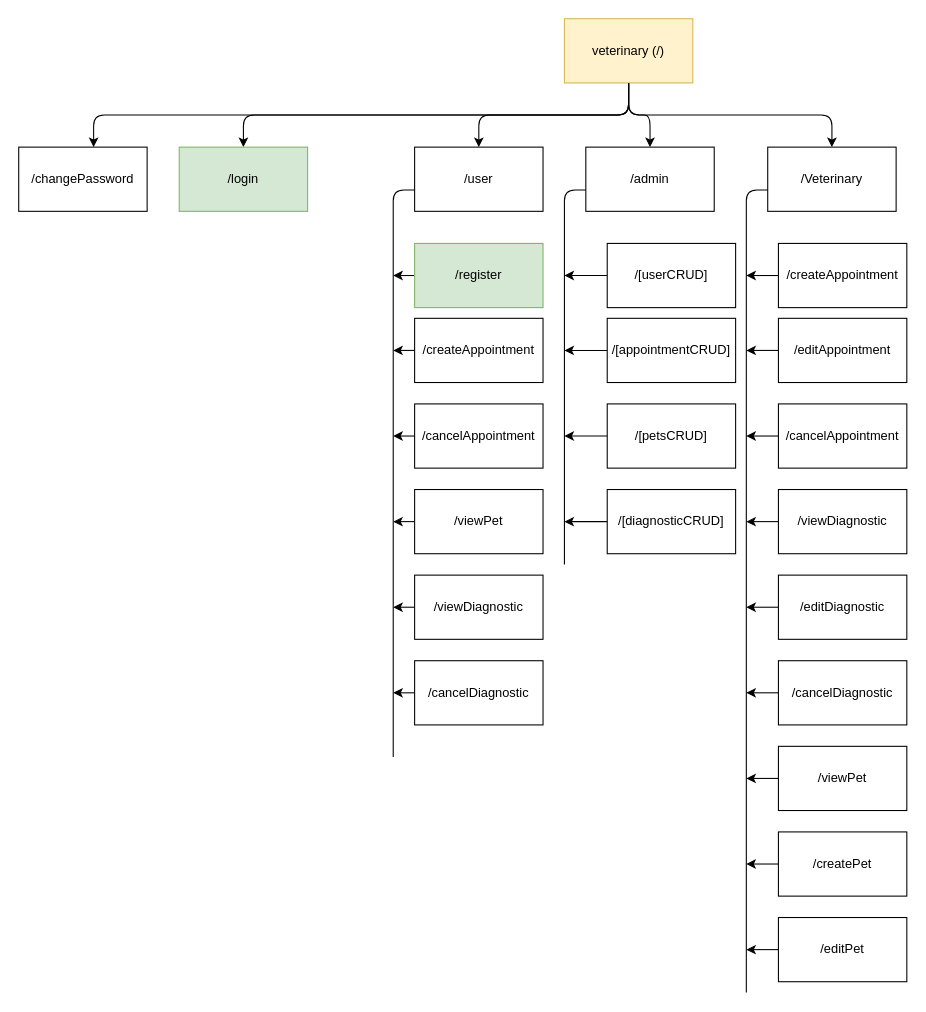
Earlier version of the draw.io diagram diagrams/NAV.drawio (fernandoach/API-VETERINARY). Source tidied: cells renumbered, new cells numbered last; positions are measured from the earlier drawing's top-left corner, leaving out a move shared by most shapes. Both pictures are drawn from the tidied source at 107%, with x=0, y=0 at pixel (18, 18).
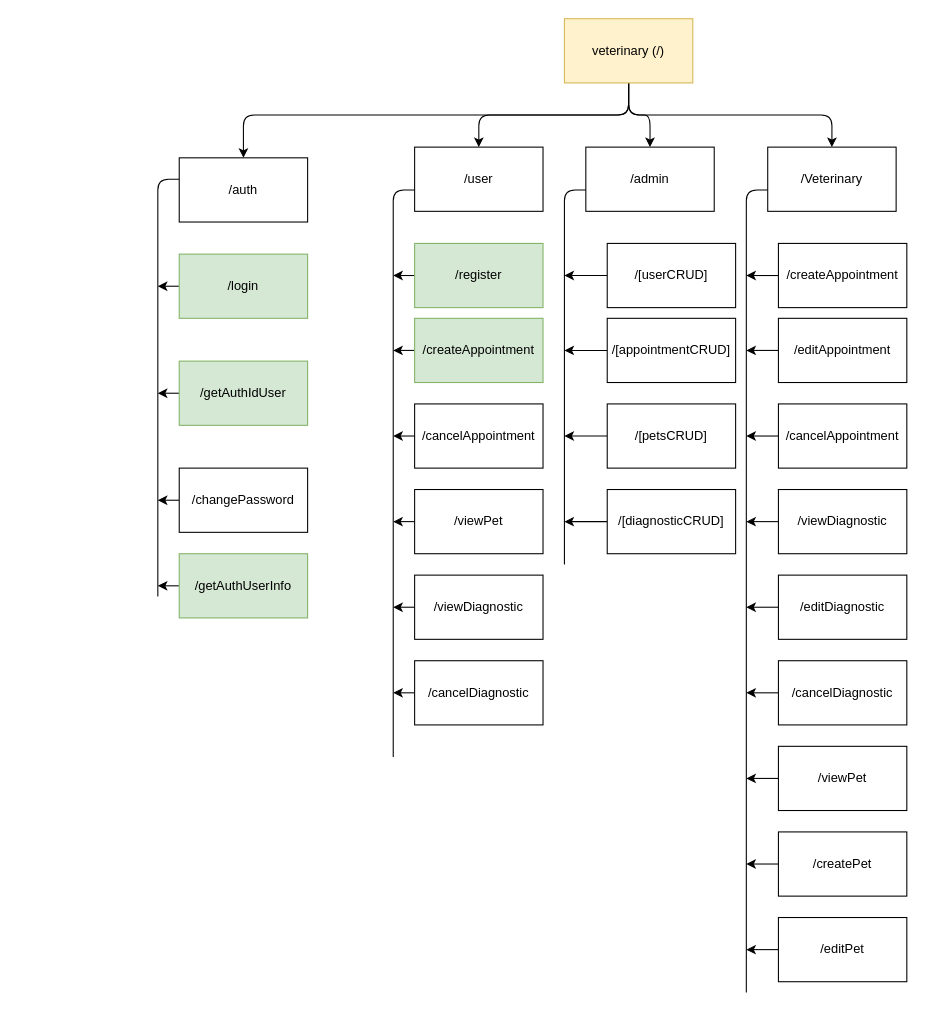
The same page after the edit.

Commit message (it also covers changes not shown here):
ADD: /auth/getAuthIdUser and /auth/getAuthUserInfo

Unchanged cells that the change refers to:
```xml
<mxCell id="6" value="veterinary (/)" style="rounded=0;whiteSpace=wrap;html=1;fillColor=#fff2cc;strokeColor=#d6b656;" parent="1" vertex="1">
  <mxGeometry x="510" width="120" height="60" as="geometry" />
</mxCell>
```

Diff of the diagram source:
```diff
@@
-    <mxCell id="5" style="edgeStyle=none;html=1;entryX=0.5;entryY=0;entryDx=0;entryDy=0;exitX=0.5;exitY=1;exitDx=0;exitDy=0;" parent="1" edge="1" source="6" target="18">
+    <mxCell id="5" style="edgeStyle=none;html=1;exitX=0.5;exitY=1;exitDx=0;exitDy=0;" parent="1" edge="1" source="6">
       <mxGeometry relative="1" as="geometry">
+        <mxPoint x="210" y="130" as="targetPoint" />
         <Array as="points">
           <mxPoint x="570" y="90" />
           <mxPoint x="210" y="90" />
         </Array>
       </mxGeometry>
     </mxCell>
@@
-    <mxCell id="13" value="/createAppointment" style="rounded=0;whiteSpace=wrap;html=1;" parent="1" vertex="1">
+    <mxCell id="13" value="/createAppointment" style="rounded=0;whiteSpace=wrap;html=1;fillColor=#d5e8d4;strokeColor=#82b366;" parent="1" vertex="1">
       <mxGeometry x="370" y="280" width="120" height="60" as="geometry" />
     </mxCell>
@@
+    <mxCell id="54" style="edgeStyle=none;html=1;" parent="1" edge="1" source="18">
+      <mxGeometry relative="1" as="geometry">
+        <mxPoint x="130" y="250" as="targetPoint" />
+      </mxGeometry>
+    </mxCell>
     <mxCell id="18" value="/login" style="rounded=0;whiteSpace=wrap;html=1;fillColor=#d5e8d4;strokeColor=#82b366;" parent="1" vertex="1">
-      <mxGeometry x="150" y="120" width="120" height="60" as="geometry" />
+      <mxGeometry x="150" y="220" width="120" height="60" as="geometry" />
     </mxCell>
+    <mxCell id="55" style="edgeStyle=none;html=1;" parent="1" edge="1" source="19">
+      <mxGeometry relative="1" as="geometry">
+        <mxPoint x="130" y="450" as="targetPoint" />
+      </mxGeometry>
+    </mxCell>
     <mxCell id="19" value="/changePassword" style="rounded=0;whiteSpace=wrap;html=1;" parent="1" vertex="1">
-      <mxGeometry y="120" width="120" height="60" as="geometry" />
+      <mxGeometry x="150" y="420" width="120" height="60" as="geometry" />
     </mxCell>
@@
-    <mxCell id="53" style="edgeStyle=none;html=1;entryX=0.5;entryY=0;entryDx=0;entryDy=0;exitX=0.5;exitY=1;exitDx=0;exitDy=0;" parent="1" edge="1" source="6">
-      <mxGeometry relative="1" as="geometry">
-        <mxPoint x="70" y="120" as="targetPoint" />
-        <Array as="points">
-          <mxPoint x="570" y="90" />
-          <mxPoint x="70" y="90" />
-        </Array>
-      </mxGeometry>
-    </mxCell>
+    <mxCell id="56" style="edgeStyle=none;html=1;" parent="1" edge="1" source="57">
+      <mxGeometry relative="1" as="geometry">
+        <mxPoint x="130" y="350" as="targetPoint" />
+      </mxGeometry>
+    </mxCell>
+    <mxCell id="57" value="/getAuthIdUser" style="rounded=0;whiteSpace=wrap;html=1;fillColor=#d5e8d4;strokeColor=#82b366;" parent="1" vertex="1">
+      <mxGeometry x="150" y="320" width="120" height="60" as="geometry" />
+    </mxCell>
+    <mxCell id="58" value="/auth" style="rounded=0;whiteSpace=wrap;html=1;" parent="1" vertex="1">
+      <mxGeometry x="150" y="130" width="120" height="60" as="geometry" />
+    </mxCell>
+    <mxCell id="59" style="endArrow=none;html=1;" parent="1" edge="1">
+      <mxGeometry relative="1" as="geometry">
+        <mxPoint x="130" y="540" as="sourcePoint" />
+        <mxPoint x="150" y="150" as="targetPoint" />
+        <Array as="points">
+          <mxPoint x="130" y="150" />
+        </Array>
+      </mxGeometry>
+    </mxCell>
+    <mxCell id="60" style="edgeStyle=none;html=1;" parent="1" edge="1" source="61">
+      <mxGeometry relative="1" as="geometry">
+        <mxPoint x="130" y="530" as="targetPoint" />
+      </mxGeometry>
+    </mxCell>
+    <mxCell id="61" value="/getAuthUserInfo" style="rounded=0;whiteSpace=wrap;html=1;fillColor=#d5e8d4;strokeColor=#82b366;" parent="1" vertex="1">
+      <mxGeometry x="150" y="500" width="120" height="60" as="geometry" />
+    </mxCell>
```
